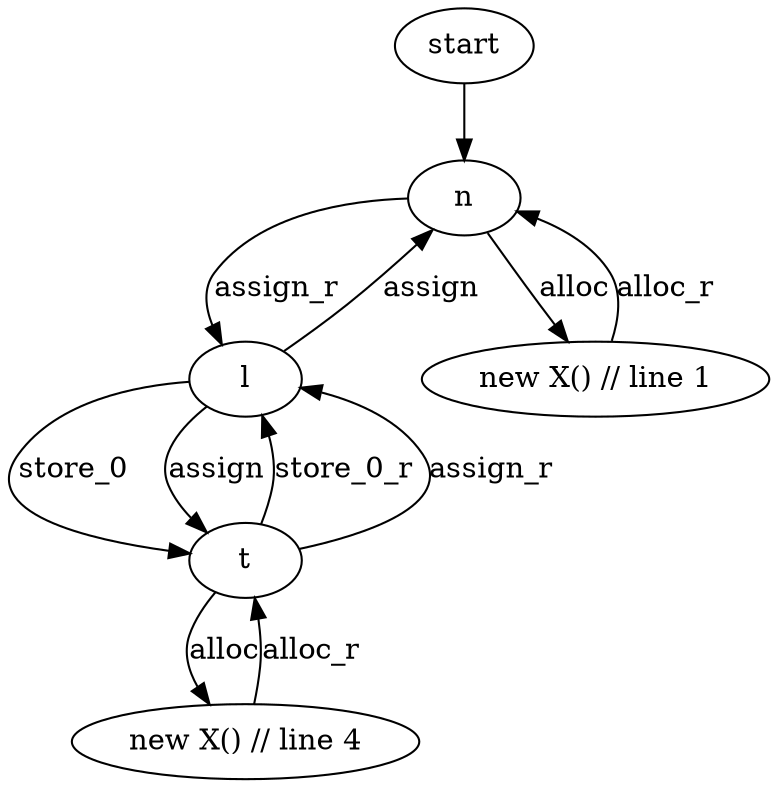
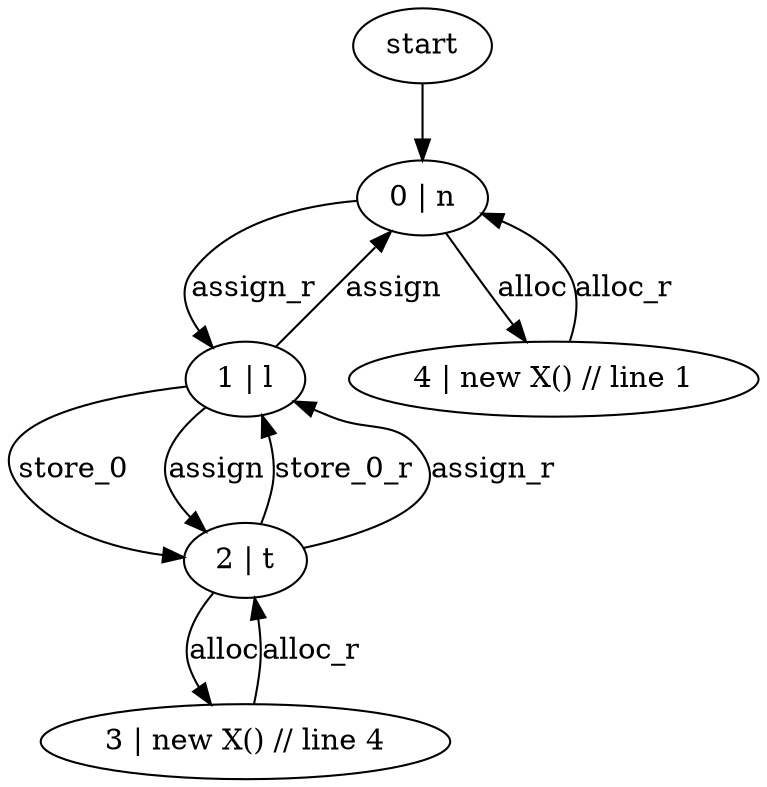
digraph {
    start -> 0;
    1 -> 0 [label = "assign"];
    0 -> 1 [label = "assign_r"];
    1 -> 2 [label = "store_0"];
    2 -> 1 [label = "store_0_r"];
    1 -> 2 [label = "assign"];
    2 -> 1 [label = "assign_r"];
    2 -> 3 [label = "alloc"];
    3 -> 2 [label = "alloc_r"];
    0 -> 4 [label = "alloc"];
    4 -> 0 [label = "alloc_r"];


-     0[label = "n"]
-     1[label = "l"]
-     2[label = "t" ]
-     3[label = "new X() // line 4"]
-     4[label = "new X() // line 1"]
+     0[label = "0 | n"]
+     1[label = "1 | l"]
+     2[label = "2 | t" ]
+     3[label = "3 | new X() // line 4"]
+     4[label = "4 | new X() // line 1"]
}
